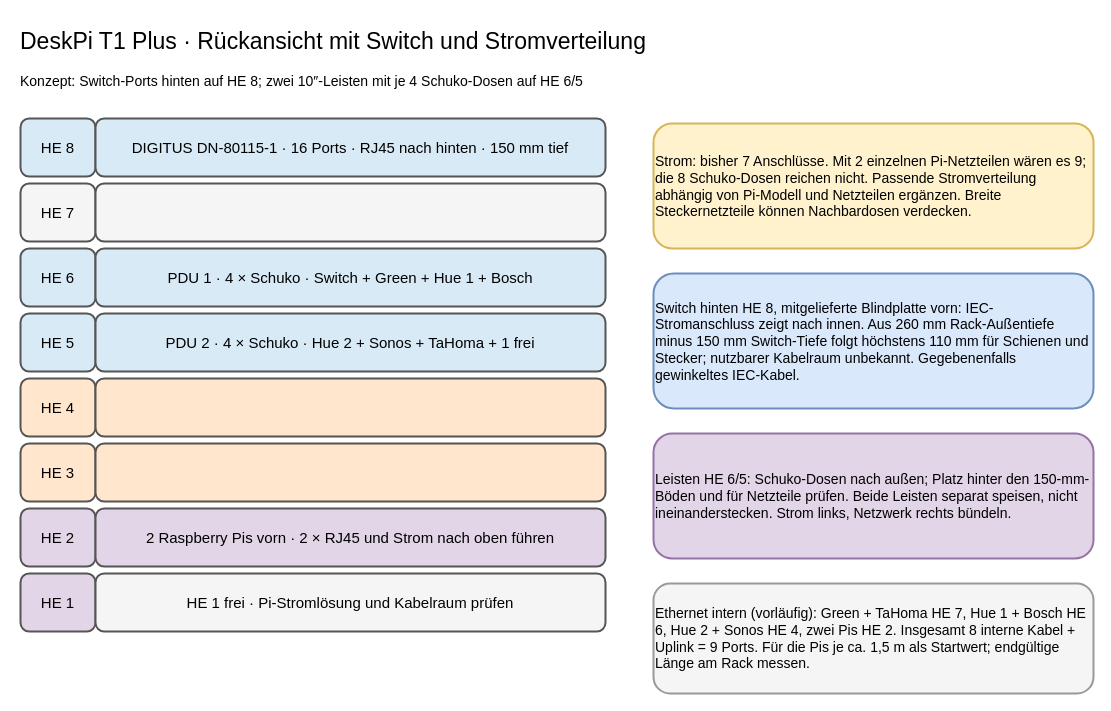
Earlier version of the draw.io diagram page "DeskPi 8 HE – Rückseite" (3 of 4) of 10-zoll-rack-planung.drawio (tiptronic/diagrams). Source tidied: cells renumbered, new cells numbered last; positions are measured from the earlier drawing's top-left corner, leaving out a move shared by most shapes. Both pictures are drawn from the tidied source at 100%, with x=0, y=0 at pixel (18, 18).
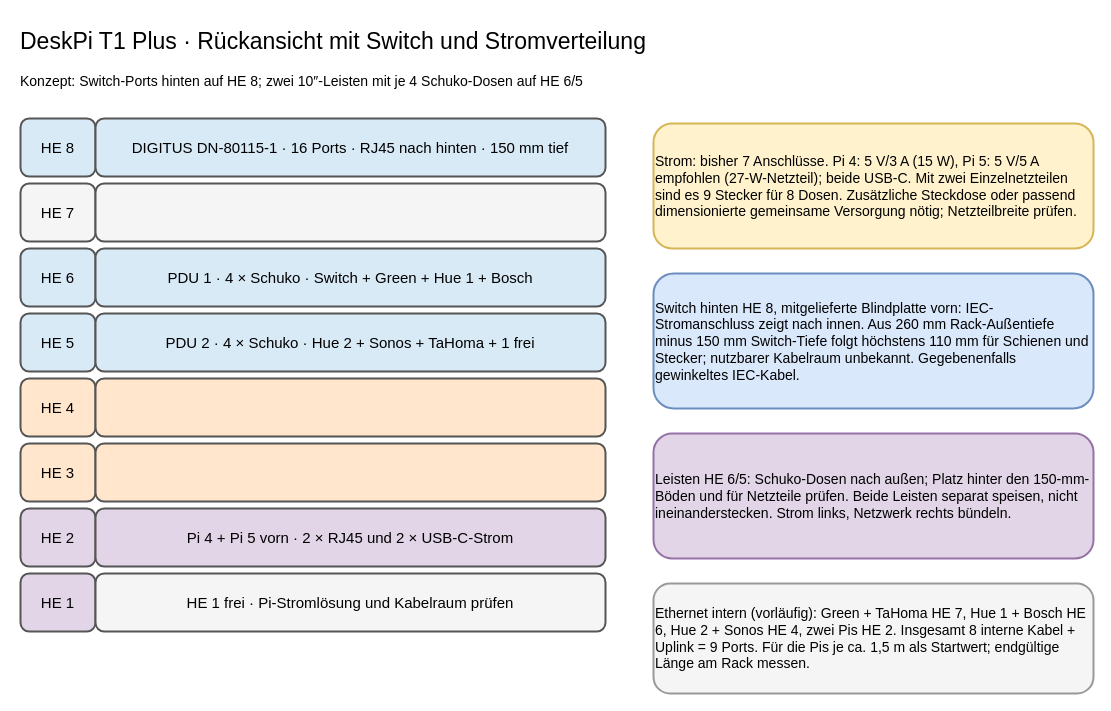
The same diagram, later.

Commit message (it also covers changes not shown here):
Specify Raspberry Pi 4 and Pi 5 power needs

Diff of the diagram source:
```diff
@@
-    <mxCell id="17" value="2 Raspberry Pis vorn · 2 × RJ45 und Strom nach oben führen" style="rounded=1;whiteSpace=wrap;html=1;align=center;verticalAlign=middle;strokeWidth=2;fontSize=15;fillColor=#e1d5e7;strokeColor=#555555;" parent="1" vertex="1">
+    <mxCell id="17" value="Pi 4 + Pi 5 vorn · 2 × RJ45 und 2 × USB-C-Strom" style="rounded=1;whiteSpace=wrap;html=1;align=center;verticalAlign=middle;strokeWidth=2;fontSize=15;fillColor=#e1d5e7;strokeColor=#555555;" parent="1" vertex="1">
       <mxGeometry x="77" y="490" width="510" height="58" as="geometry" />
     </mxCell>
@@
-    <mxCell id="20" value="Strom: bisher 7 Anschlüsse. Mit 2 einzelnen Pi-Netzteilen wären es 9; die 8 Schuko-Dosen reichen nicht. Passende Stromverteilung abhängig von Pi-Modell und Netzteilen ergänzen. Breite Steckernetzteile können Nachbardosen verdecken." style="rounded=1;whiteSpace=wrap;html=1;align=left;verticalAlign=middle;strokeWidth=2;fontSize=14;fillColor=#fff2cc;strokeColor=#d6b656;" parent="1" vertex="1">
+    <mxCell id="20" value="Strom: bisher 7 Anschlüsse. Pi 4: 5 V/3 A (15 W), Pi 5: 5 V/5 A empfohlen (27-W-Netzteil); beide USB-C. Mit zwei Einzelnetzteilen sind es 9 Stecker für 8 Dosen. Zusätzliche Steckdose oder passend dimensionierte gemeinsame Versorgung nötig; Netzteilbreite prüfen." style="rounded=1;whiteSpace=wrap;html=1;align=left;verticalAlign=middle;strokeWidth=2;fontSize=14;fillColor=#fff2cc;strokeColor=#d6b656;" parent="1" vertex="1">
       <mxGeometry x="635" y="105" width="440" height="125" as="geometry" />
     </mxCell>
```
